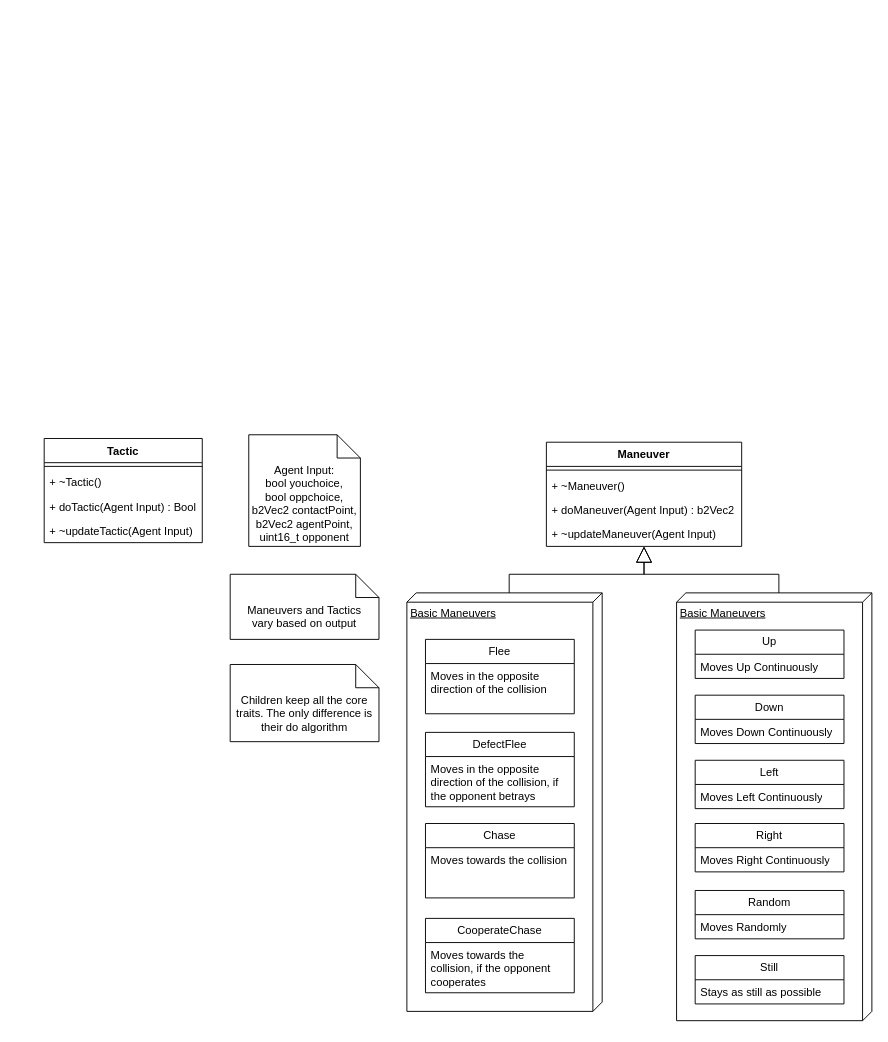
Boland-Unfug/Thesis keeps this draw.io diagram as Class Diagram.drawio. Above is the earlier version. Source tidied: cells renumbered, new cells numbered last; positions are measured from the earlier drawing's top-left corner, leaving out a move shared by most shapes. Both pictures are drawn from the tidied source at 93%, with x=0, y=0 at pixel (44, 434).
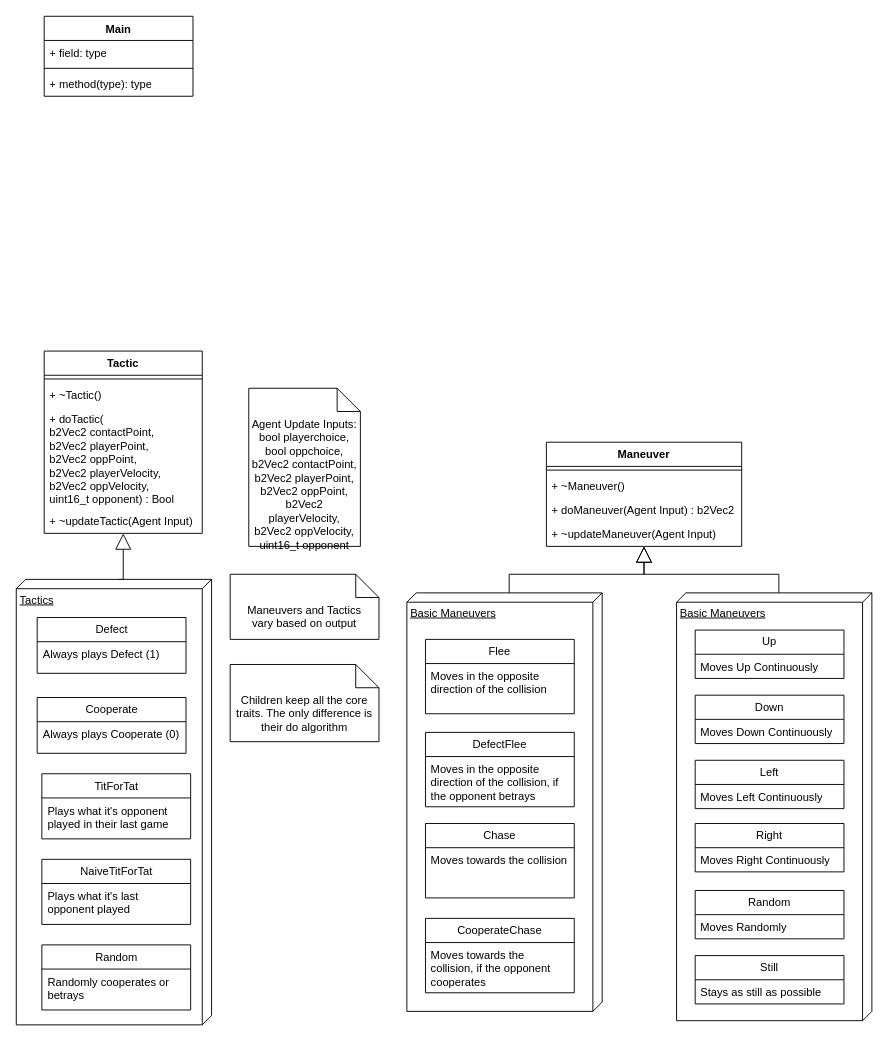
Above is the later version.

The edit, as a diff of the source:
```diff
@@
+    <mxCell id="39" style="edgeStyle=orthogonalEdgeStyle;rounded=0;jettySize=auto;html=1;exitX=0;exitY=0;exitDx=0;exitDy=100;exitPerimeter=0;entryX=0.5;entryY=1;entryDx=0;entryDy=0;endArrow=block;endFill=0;endSize=15;" parent="1" edge="1" source="40" target="6">
+      <mxGeometry relative="1" as="geometry" />
+    </mxCell>
+    <mxCell id="40" value="Tactics" style="verticalAlign=top;align=left;spacingTop=8;spacingLeft=2;spacingRight=12;shape=cube;size=10;direction=south;fontStyle=4;html=1;whiteSpace=wrap;" parent="1" vertex="1">
+      <mxGeometry x="-30" y="155.5" width="210" height="479" as="geometry" />
+    </mxCell>
@@
     <mxCell id="6" value="Tactic" style="swimlane;fontStyle=1;align=center;verticalAlign=top;horizontal=1;startSize=26;whiteSpace=wrap;html=1;" parent="1" vertex="1">
-      <mxGeometry y="4" width="170" height="112" as="geometry" />
+      <mxGeometry y="-90" width="170" height="196" as="geometry" />
     </mxCell>
@@
-    <mxCell id="9" value="&lt;div&gt;+ doTactic(Agent Input) : Bool&lt;br&gt;&lt;/div&gt;" style="text;strokeColor=none;fillColor=none;align=left;verticalAlign=top;spacingLeft=4;spacingRight=4;overflow=hidden;whiteSpace=wrap;html=1;" parent="6" vertex="1">
-      <mxGeometry y="60" width="170" height="26" as="geometry" />
+    <mxCell id="9" value="&lt;div&gt;+ doTactic(&lt;/div&gt;&lt;div&gt;&lt;div&gt;b2Vec2 contactPoint,&amp;nbsp;&lt;/div&gt;&lt;div&gt;b2Vec2 playerPoint,&amp;nbsp;&lt;/div&gt;&lt;div&gt;b2Vec2 oppPoint,&amp;nbsp;&lt;/div&gt;&lt;div&gt;b2Vec2 playerVelocity,&amp;nbsp;&lt;/div&gt;&lt;div&gt;b2Vec2 oppVelocity,&amp;nbsp;&lt;/div&gt;uint16_t opponent) : Bool&lt;br&gt;&lt;/div&gt;" style="text;strokeColor=none;fillColor=none;align=left;verticalAlign=top;spacingLeft=4;spacingRight=4;overflow=hidden;whiteSpace=wrap;html=1;" parent="6" vertex="1">
+      <mxGeometry y="60" width="170" height="110" as="geometry" />
     </mxCell>
     <mxCell id="10" value="&lt;div&gt;+ ~updateTactic(Agent Input)&lt;/div&gt;" style="text;strokeColor=none;fillColor=none;align=left;verticalAlign=top;spacingLeft=4;spacingRight=4;overflow=hidden;whiteSpace=wrap;html=1;" parent="6" vertex="1">
-      <mxGeometry y="86" width="170" height="26" as="geometry" />
+      <mxGeometry y="170" width="170" height="26" as="geometry" />
     </mxCell>
-    <mxCell id="11" value="Agent Input:&lt;br&gt;&lt;div&gt;bool youchoice,&lt;/div&gt;&lt;div&gt;bool oppchoice, b2Vec2 contactPoint, b2Vec2 agentPoint, uint16_t opponent&lt;/div&gt;" style="shape=note2;boundedLbl=1;whiteSpace=wrap;html=1;size=25;verticalAlign=top;align=center;" parent="1" vertex="1">
-      <mxGeometry x="220" width="120" height="120" as="geometry" />
+    <mxCell id="11" value="&lt;div&gt;Agent Update Inputs:&lt;/div&gt;&lt;div&gt;bool playerchoice, bool oppchoice, b2Vec2 contactPoint, b2Vec2 playerPoint, b2Vec2 oppPoint, b2Vec2 playerVelocity, b2Vec2 oppVelocity, uint16_t opponent&lt;br&gt;&lt;/div&gt;" style="shape=note2;boundedLbl=1;whiteSpace=wrap;html=1;size=25;verticalAlign=top;align=center;" parent="1" vertex="1">
+      <mxGeometry x="220" y="-50" width="120" height="170" as="geometry" />
     </mxCell>
@@
+    <mxCell id="41" value="Defect" style="swimlane;fontStyle=0;horizontal=1;startSize=26;fillColor=none;whiteSpace=wrap;html=1;" parent="1" vertex="1">
+      <mxGeometry x="-7.5" y="196.5" width="160" height="60" as="geometry" />
+    </mxCell>
+    <mxCell id="42" value="Always plays Defect (1)" style="text;strokeColor=none;fillColor=none;align=left;verticalAlign=top;spacingLeft=4;spacingRight=4;overflow=hidden;whiteSpace=wrap;html=1;" parent="41" vertex="1">
+      <mxGeometry y="26" width="160" height="34" as="geometry" />
+    </mxCell>
+    <mxCell id="43" value="Cooperate" style="swimlane;fontStyle=0;horizontal=1;startSize=26;fillColor=none;whiteSpace=wrap;html=1;" parent="1" vertex="1">
+      <mxGeometry x="-7.5" y="282.5" width="160" height="60" as="geometry" />
+    </mxCell>
+    <mxCell id="44" value="Always plays Cooperate (0)" style="text;strokeColor=none;fillColor=none;align=left;verticalAlign=top;spacingLeft=4;spacingRight=4;overflow=hidden;whiteSpace=wrap;html=1;" parent="43" vertex="1">
+      <mxGeometry y="26" width="160" height="34" as="geometry" />
+    </mxCell>
+    <mxCell id="45" value="TitForTat" style="swimlane;fontStyle=0;horizontal=1;startSize=26;fillColor=none;whiteSpace=wrap;html=1;" parent="1" vertex="1">
+      <mxGeometry x="-2.5" y="364.5" width="160" height="70" as="geometry" />
+    </mxCell>
+    <mxCell id="46" value="Plays what it's opponent played in their last game" style="text;strokeColor=none;fillColor=none;align=left;verticalAlign=top;spacingLeft=4;spacingRight=4;overflow=hidden;whiteSpace=wrap;html=1;" parent="45" vertex="1">
+      <mxGeometry y="26" width="160" height="44" as="geometry" />
+    </mxCell>
+    <mxCell id="47" value="NaiveTitForTat" style="swimlane;fontStyle=0;horizontal=1;startSize=26;fillColor=none;whiteSpace=wrap;html=1;" parent="1" vertex="1">
+      <mxGeometry x="-2.5" y="456.5" width="160" height="70" as="geometry" />
+    </mxCell>
+    <mxCell id="48" value="Plays what it's last opponent played" style="text;strokeColor=none;fillColor=none;align=left;verticalAlign=top;spacingLeft=4;spacingRight=4;overflow=hidden;whiteSpace=wrap;html=1;" parent="47" vertex="1">
+      <mxGeometry y="26" width="160" height="44" as="geometry" />
+    </mxCell>
+    <mxCell id="49" value="Random" style="swimlane;fontStyle=0;horizontal=1;startSize=26;fillColor=none;whiteSpace=wrap;html=1;" parent="1" vertex="1">
+      <mxGeometry x="-2.5" y="548.5" width="160" height="70" as="geometry" />
+    </mxCell>
+    <mxCell id="50" value="Randomly cooperates or betrays" style="text;strokeColor=none;fillColor=none;align=left;verticalAlign=top;spacingLeft=4;spacingRight=4;overflow=hidden;whiteSpace=wrap;html=1;" parent="49" vertex="1">
+      <mxGeometry y="26" width="160" height="44" as="geometry" />
+    </mxCell>
+    <mxCell id="51" value="Main" style="swimlane;fontStyle=1;align=center;verticalAlign=top;horizontal=1;startSize=26;whiteSpace=wrap;html=1;" parent="1" vertex="1">
+      <mxGeometry y="-450" width="160" height="86" as="geometry" />
+    </mxCell>
+    <mxCell id="52" value="+ field: type" style="text;strokeColor=none;fillColor=none;align=left;verticalAlign=top;spacingLeft=4;spacingRight=4;overflow=hidden;whiteSpace=wrap;html=1;" parent="51" vertex="1">
+      <mxGeometry y="26" width="160" height="26" as="geometry" />
+    </mxCell>
+    <mxCell id="53" style="line;strokeWidth=1;fillColor=none;align=left;verticalAlign=middle;spacingTop=-1;spacingLeft=3;spacingRight=3;labelPosition=right;strokeColor=inherit;" parent="51" vertex="1">
+      <mxGeometry y="52" width="160" height="8" as="geometry" />
+    </mxCell>
+    <mxCell id="54" value="+ method(type): type" style="text;strokeColor=none;fillColor=none;align=left;verticalAlign=top;spacingLeft=4;spacingRight=4;overflow=hidden;whiteSpace=wrap;html=1;" parent="51" vertex="1">
+      <mxGeometry y="60" width="160" height="26" as="geometry" />
+    </mxCell>
```
